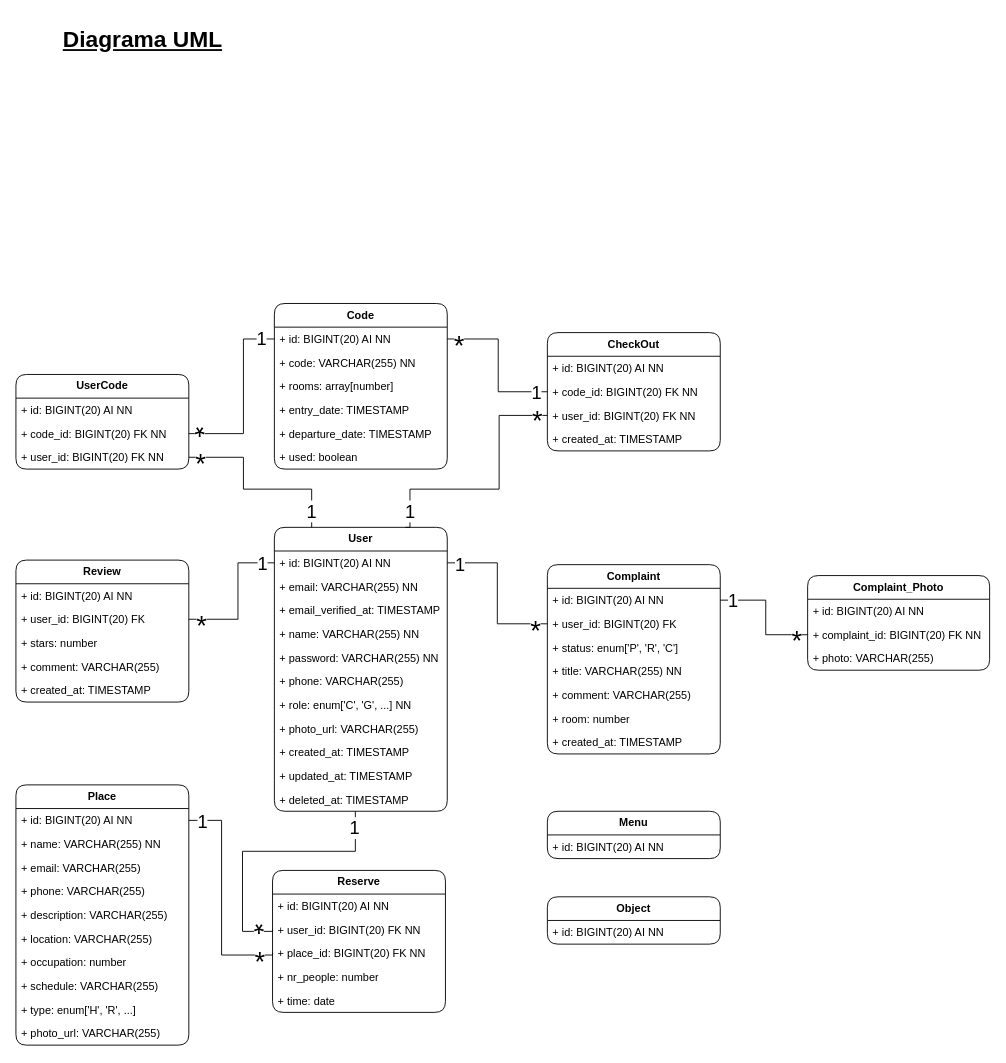
Happy-Guest/HG-Notes keeps this draw.io diagram as page "Diagrama UML" (1 of 2) of HappyGuest.drawio. Above is the earlier version. Source tidied: cells renumbered, new cells numbered last; positions are measured from the earlier drawing's top-left corner, leaving out a move shared by most shapes. Both pictures are drawn from the tidied source at 91%, with x=0, y=0 at pixel (15, 15).
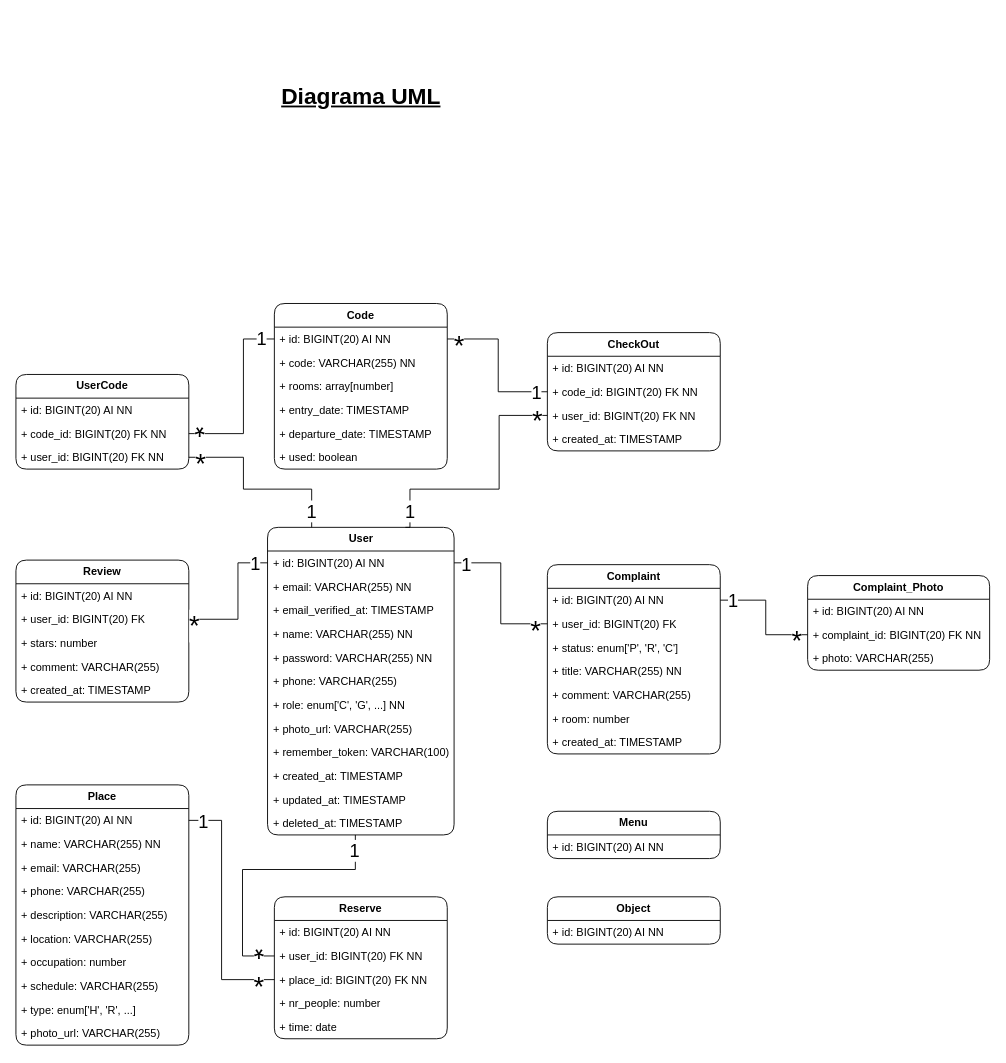
The same diagram, later.

The change refers to these unchanged cells:
```xml
<mxCell id="41" value="+ id: BIGINT(20) AI NN" style="text;strokeColor=none;fillColor=none;align=left;verticalAlign=top;spacingLeft=4;spacingRight=4;overflow=hidden;points=[[0,0.5],[1,0.5]];portConstraint=eastwest;whiteSpace=wrap;html=1;" parent="40" vertex="1">
  <mxGeometry y="26" width="190" height="26" as="geometry" />
</mxCell>
<mxCell id="57" style="edgeStyle=orthogonalEdgeStyle;rounded=0;jettySize=auto;html=1;endArrow=none;endFill=0;exitX=0;exitY=0.5;exitDx=0;exitDy=0;entryX=1;entryY=0.5;entryDx=0;entryDy=0;" parent="1" edge="1" source="3" target="32">
  <mxGeometry relative="1" as="geometry">
    <Array as="points">
      <mxPoint x="244" y="601" />
      <mxPoint x="244" y="663" />
    </Array>
  </mxGeometry>
</mxCell>
<mxCell id="62" value="+ user_id: BIGINT(20) FK NN" style="text;strokeColor=none;fillColor=none;align=left;verticalAlign=top;spacingLeft=4;spacingRight=4;overflow=hidden;points=[[0,0.5],[1,0.5]];portConstraint=eastwest;whiteSpace=wrap;html=1;" parent="60" vertex="1">
  <mxGeometry y="52" width="190" height="26" as="geometry" />
</mxCell>
<mxCell id="63" value="+ place_id: BIGINT(20) FK NN" style="text;strokeColor=none;fillColor=none;align=left;verticalAlign=top;spacingLeft=4;spacingRight=4;overflow=hidden;points=[[0,0.5],[1,0.5]];portConstraint=eastwest;whiteSpace=wrap;html=1;" parent="60" vertex="1">
  <mxGeometry y="78" width="190" height="26" as="geometry" />
</mxCell>
```

The edit, as a diff of the source:
```diff
@@
     <mxCell id="2" value="&lt;b&gt;User&lt;/b&gt;" style="swimlane;fontStyle=0;horizontal=1;startSize=26;fillColor=none;whiteSpace=wrap;html=1;perimeterSpacing=0;rounded=1;" parent="1" vertex="1">
-      <mxGeometry x="284" y="562" width="190" height="312" as="geometry" />
+      <mxGeometry x="276.5" y="562" width="205" height="338" as="geometry" />
     </mxCell>
     <mxCell id="3" value="+ id: BIGINT(20) AI NN" style="text;strokeColor=none;fillColor=none;align=left;verticalAlign=top;spacingLeft=4;spacingRight=4;overflow=hidden;points=[[0,0.5],[1,0.5]];portConstraint=eastwest;whiteSpace=wrap;html=1;" parent="2" vertex="1">
-      <mxGeometry y="26" width="190" height="26" as="geometry" />
+      <mxGeometry y="26" width="205" height="26" as="geometry" />
     </mxCell>
     <mxCell id="4" value="+ email: VARCHAR(255) NN" style="text;strokeColor=none;fillColor=none;align=left;verticalAlign=top;spacingLeft=4;spacingRight=4;overflow=hidden;whiteSpace=wrap;html=1;" parent="2" vertex="1">
-      <mxGeometry y="52" width="190" height="26" as="geometry" />
+      <mxGeometry y="52" width="205" height="26" as="geometry" />
     </mxCell>
     <mxCell id="5" value="+ email_verified_at: TIMESTAMP" style="text;strokeColor=none;fillColor=none;align=left;verticalAlign=top;spacingLeft=4;spacingRight=4;overflow=hidden;whiteSpace=wrap;html=1;" parent="2" vertex="1">
-      <mxGeometry y="78" width="190" height="26" as="geometry" />
+      <mxGeometry y="78" width="205" height="26" as="geometry" />
     </mxCell>
     <mxCell id="6" value="+ name: VARCHAR(255) NN" style="text;strokeColor=none;fillColor=none;align=left;verticalAlign=top;spacingLeft=4;spacingRight=4;overflow=hidden;whiteSpace=wrap;html=1;" parent="2" vertex="1">
-      <mxGeometry y="104" width="190" height="26" as="geometry" />
+      <mxGeometry y="104" width="205" height="26" as="geometry" />
     </mxCell>
     <mxCell id="7" value="+ password: VARCHAR(255) NN" style="text;strokeColor=none;fillColor=none;align=left;verticalAlign=top;spacingLeft=4;spacingRight=4;overflow=hidden;whiteSpace=wrap;html=1;" parent="2" vertex="1">
-      <mxGeometry y="130" width="190" height="26" as="geometry" />
+      <mxGeometry y="130" width="205" height="26" as="geometry" />
     </mxCell>
     <mxCell id="8" value="+ phone: VARCHAR(255)" style="text;strokeColor=none;fillColor=none;align=left;verticalAlign=top;spacingLeft=4;spacingRight=4;overflow=hidden;whiteSpace=wrap;html=1;" parent="2" vertex="1">
-      <mxGeometry y="156" width="190" height="26" as="geometry" />
+      <mxGeometry y="156" width="205" height="26" as="geometry" />
     </mxCell>
     <mxCell id="9" value="+ role: enum['C', 'G', ...] NN" style="text;strokeColor=none;fillColor=none;align=left;verticalAlign=top;spacingLeft=4;spacingRight=4;overflow=hidden;whiteSpace=wrap;html=1;" parent="2" vertex="1">
-      <mxGeometry y="182" width="190" height="26" as="geometry" />
+      <mxGeometry y="182" width="205" height="26" as="geometry" />
     </mxCell>
     <mxCell id="10" value="+ photo_url: VARCHAR(255)" style="text;strokeColor=none;fillColor=none;align=left;verticalAlign=top;spacingLeft=4;spacingRight=4;overflow=hidden;whiteSpace=wrap;html=1;" parent="2" vertex="1">
-      <mxGeometry y="208" width="190" height="26" as="geometry" />
+      <mxGeometry y="208" width="205" height="26" as="geometry" />
     </mxCell>
+    <mxCell id="97" value="+ remember_token: VARCHAR(100)" style="text;strokeColor=none;fillColor=none;align=left;verticalAlign=top;spacingLeft=4;spacingRight=4;overflow=hidden;whiteSpace=wrap;html=1;" parent="2" vertex="1">
+      <mxGeometry y="234" width="205" height="26" as="geometry" />
+    </mxCell>
     <mxCell id="11" value="+ created_at: TIMESTAMP" style="text;strokeColor=none;fillColor=none;align=left;verticalAlign=top;spacingLeft=4;spacingRight=4;overflow=hidden;whiteSpace=wrap;html=1;" parent="2" vertex="1">
-      <mxGeometry y="234" width="190" height="26" as="geometry" />
+      <mxGeometry y="260" width="205" height="26" as="geometry" />
     </mxCell>
     <mxCell id="12" value="+ updated_at: TIMESTAMP" style="text;strokeColor=none;fillColor=none;align=left;verticalAlign=top;spacingLeft=4;spacingRight=4;overflow=hidden;whiteSpace=wrap;html=1;" parent="2" vertex="1">
-      <mxGeometry y="260" width="190" height="26" as="geometry" />
+      <mxGeometry y="286" width="205" height="26" as="geometry" />
     </mxCell>
     <mxCell id="13" value="+ deleted_at: TIMESTAMP" style="text;strokeColor=none;fillColor=none;align=left;verticalAlign=top;spacingLeft=4;spacingRight=4;overflow=hidden;points=[[0,0.5],[1,0.5]];portConstraint=eastwest;whiteSpace=wrap;html=1;" parent="2" vertex="1">
-      <mxGeometry y="286" width="190" height="26" as="geometry" />
+      <mxGeometry y="312" width="205" height="26" as="geometry" />
     </mxCell>
     <mxCell id="14" value="Diagrama UML" style="text;html=1;align=center;verticalAlign=middle;strokeColor=none;fillColor=none;fontSize=25;fontStyle=5;" parent="1" vertex="1">
-      <mxGeometry x="38.5" width="200" height="50" as="geometry" />
+      <mxGeometry x="279" y="62" width="200" height="50" as="geometry" />
     </mxCell>
@@
     <mxCell id="59" value="&lt;font style=&quot;font-size: 20px;&quot;&gt;1&lt;/font&gt;" style="edgeLabel;html=1;align=center;verticalAlign=middle;" parent="57" vertex="1">
       <mxGeometry x="0.92" y="1" relative="1" as="geometry">
-        <mxPoint x="74" y="-64" as="offset" />
+        <mxPoint x="67" y="-64" as="offset" />
       </mxGeometry>
     </mxCell>
     <mxCell id="60" value="&lt;b&gt;Reserve&lt;br&gt;&lt;/b&gt;" style="swimlane;fontStyle=0;horizontal=1;startSize=26;fillColor=none;whiteSpace=wrap;html=1;perimeterSpacing=0;rounded=1;" parent="1" vertex="1">
-      <mxGeometry x="282" y="939" width="190" height="156" as="geometry" />
+      <mxGeometry x="284" y="968" width="190" height="156" as="geometry" />
     </mxCell>
@@
     <mxCell id="66" style="edgeStyle=orthogonalEdgeStyle;rounded=0;jettySize=auto;html=1;entryX=1;entryY=0.5;entryDx=0;entryDy=0;endArrow=none;endFill=0;exitX=0;exitY=0.5;exitDx=0;exitDy=0;" parent="1" edge="1" source="63" target="41">
       <mxGeometry relative="1" as="geometry">
         <Array as="points">
-          <mxPoint x="282" y="1032" />
-          <mxPoint x="226" y="1032" />
+          <mxPoint x="226" y="1059" />
           <mxPoint x="226" y="884" />
         </Array>
       </mxGeometry>
     </mxCell>
@@
     <mxCell id="69" style="edgeStyle=orthogonalEdgeStyle;rounded=0;jettySize=auto;html=1;endArrow=none;endFill=0;exitX=0;exitY=0.5;exitDx=0;exitDy=0;" parent="1" edge="1" source="62" target="13">
       <mxGeometry relative="1" as="geometry">
         <Array as="points">
-          <mxPoint x="282" y="1006" />
-          <mxPoint x="249" y="1006" />
-          <mxPoint x="249" y="918" />
-          <mxPoint x="373" y="918" />
+          <mxPoint x="249" y="1033" />
+          <mxPoint x="249" y="938" />
+          <mxPoint x="373" y="938" />
         </Array>
       </mxGeometry>
     </mxCell>
@@
     <mxCell id="85" value="&lt;font style=&quot;font-size: 20px;&quot;&gt;1&lt;/font&gt;" style="edgeLabel;html=1;align=center;verticalAlign=middle;" parent="1" vertex="1">
-      <mxGeometry x="346.5" y="801" as="geometry">
+      <mxGeometry x="346.5" y="826" as="geometry">
         <mxPoint x="25" y="90" as="offset" />
       </mxGeometry>
     </mxCell>
```
